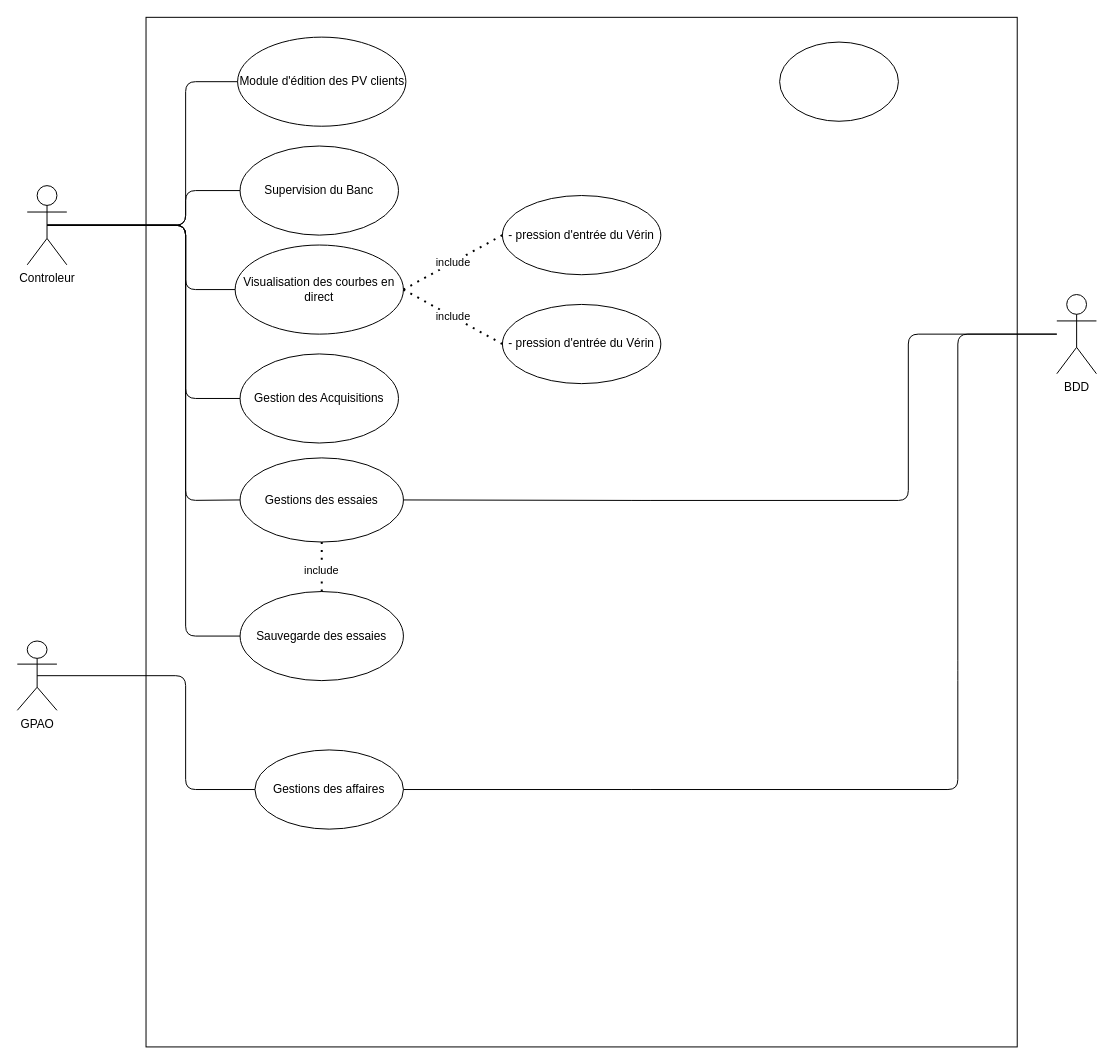
Before: diagrammeDUtilisation.drawio in MRCThomas/testDeVerinSurBancHydraulique, a draw.io diagram. Source tidied: cells renumbered, new cells numbered last; positions are measured from the earlier drawing's top-left corner, leaving out a move shared by most shapes. Both pictures are drawn from the tidied source at 99%, with x=0, y=0 at pixel (17, 17).
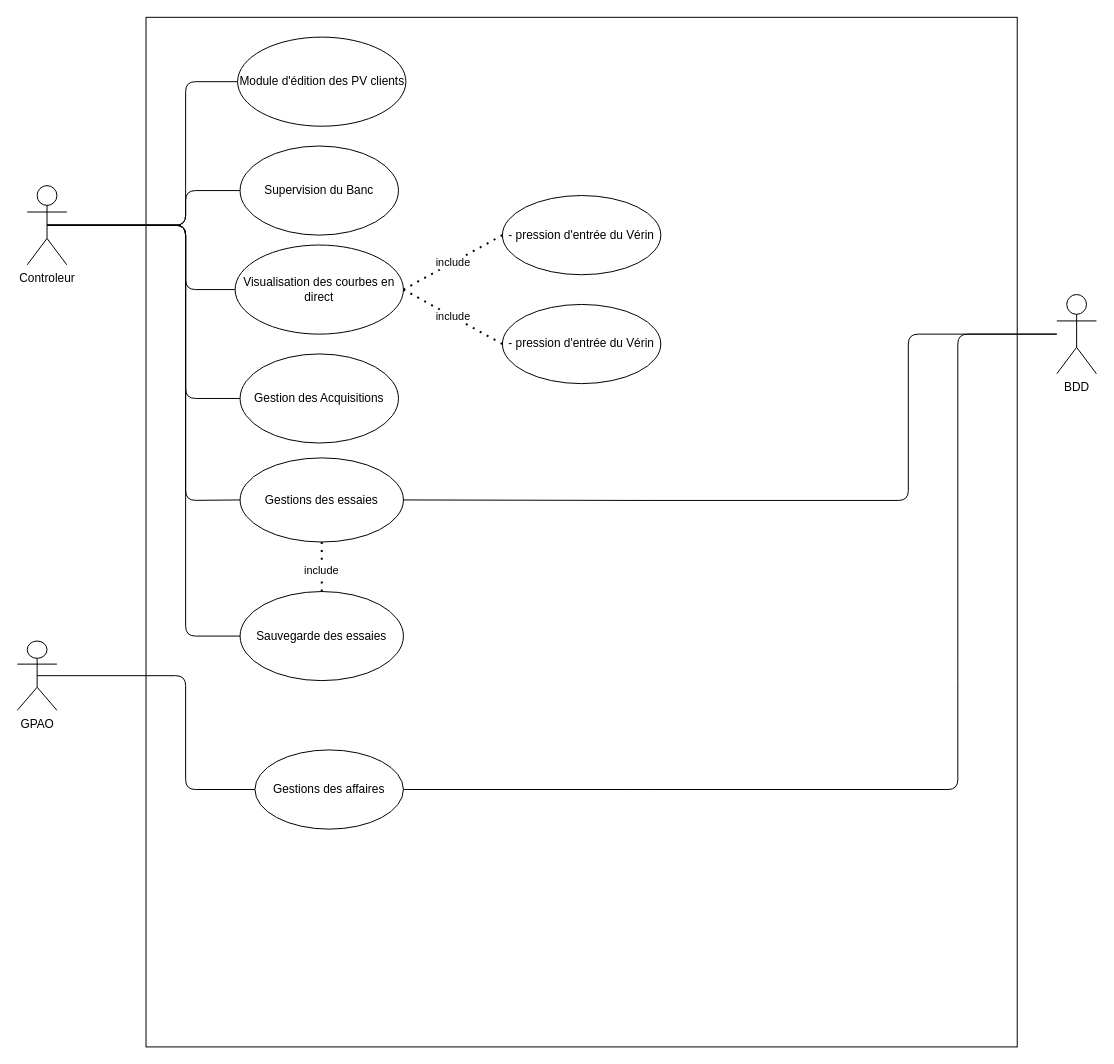
The same diagram, later.

Diff of the diagram source:
```diff
@@
-    <mxCell id="28" style="ellipse;whiteSpace=wrap;html=1;" parent="1" vertex="1">
-      <mxGeometry x="770" y="25" width="120" height="80" as="geometry" />
-    </mxCell>
```
